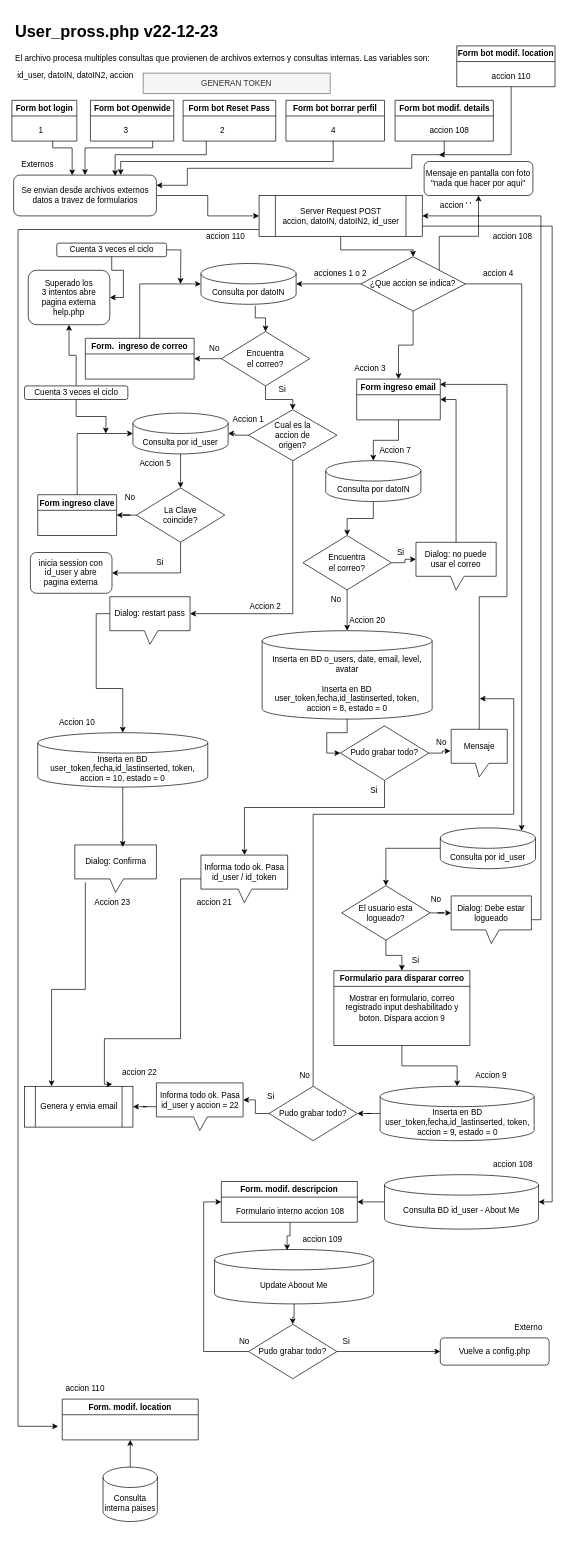
MaxiFranz/TrayectoP keeps this draw.io diagram as user_prossphp.drawio. Above is the earlier version. Source tidied: cells renumbered, new cells numbered last; positions are measured from the earlier drawing's top-left corner, leaving out a move shared by most shapes. Both pictures are drawn from the tidied source at 68%, with x=0, y=0 at pixel (12, 18).
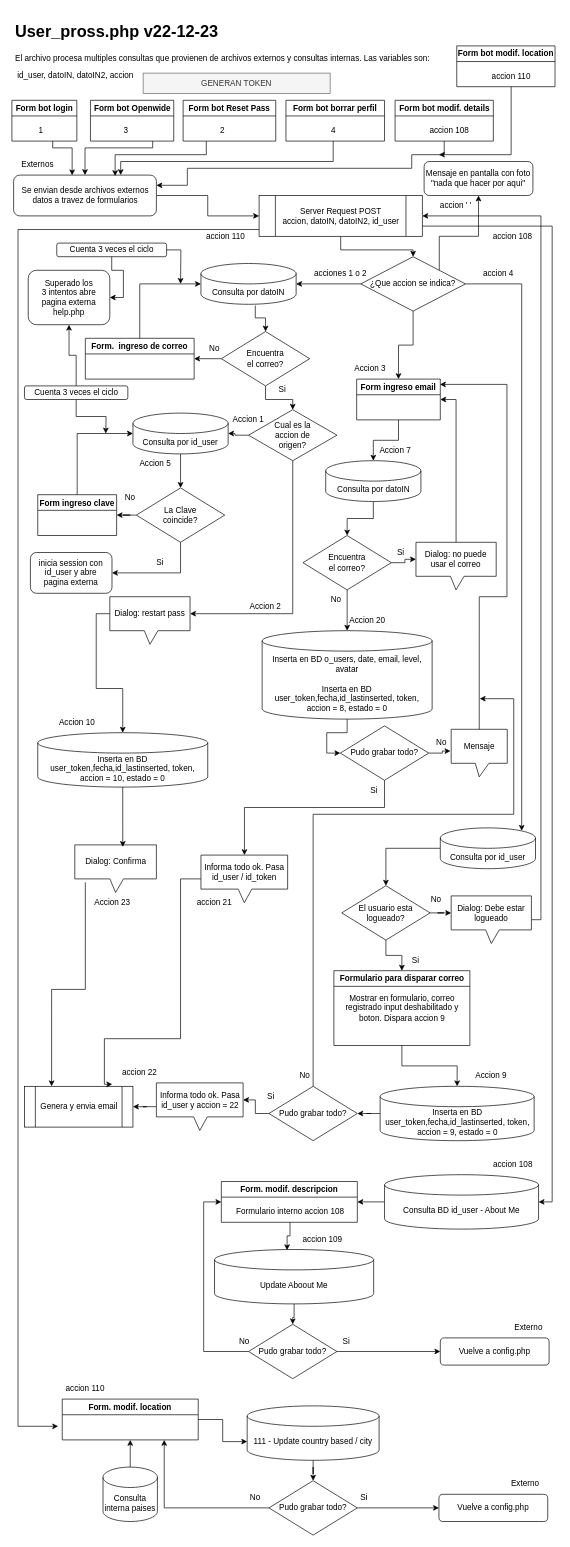
The same page after the edit.

Unchanged cells that the change refers to:
```xml
<mxCell id="146" value="Form. modif. location" style="swimlane;whiteSpace=wrap;html=1;startSize=23;" parent="1" vertex="1">
  <mxGeometry x="74" y="2030" width="200" height="60" as="geometry" />
</mxCell>
```

Diff of the diagram source:
```diff
@@
+    <mxCell id="150" style="edgeStyle=orthogonalEdgeStyle;rounded=0;jettySize=auto;html=1;" parent="1" edge="1" source="151" target="155">
+      <mxGeometry relative="1" as="geometry" />
+    </mxCell>
+    <mxCell id="151" value="111 - Update country based / city" style="shape=cylinder3;whiteSpace=wrap;html=1;boundedLbl=1;backgroundOutline=1;size=15;" parent="1" vertex="1">
+      <mxGeometry x="346" y="2040" width="194" height="80" as="geometry" />
+    </mxCell>
+    <mxCell id="152" style="edgeStyle=orthogonalEdgeStyle;rounded=0;jettySize=auto;html=1;entryX=0;entryY=0;entryDx=0;entryDy=52.5;entryPerimeter=0;" parent="1" edge="1" source="146" target="151">
+      <mxGeometry relative="1" as="geometry" />
+    </mxCell>
+    <mxCell id="153" style="edgeStyle=orthogonalEdgeStyle;rounded=0;jettySize=auto;html=1;" parent="1" edge="1" source="155" target="156">
+      <mxGeometry relative="1" as="geometry" />
+    </mxCell>
+    <mxCell id="154" style="edgeStyle=orthogonalEdgeStyle;rounded=0;jettySize=auto;html=1;exitX=0;exitY=0.5;exitDx=0;exitDy=0;entryX=0.75;entryY=1;entryDx=0;entryDy=0;" parent="1" edge="1" source="155" target="146">
+      <mxGeometry relative="1" as="geometry" />
+    </mxCell>
+    <mxCell id="155" value="Pudo grabar todo?" style="rhombus;whiteSpace=wrap;html=1;" parent="1" vertex="1">
+      <mxGeometry x="378" y="2150" width="130" height="80" as="geometry" />
+    </mxCell>
+    <mxCell id="156" value="Vuelve a config.php" style="rounded=1;whiteSpace=wrap;html=1;" parent="1" vertex="1">
+      <mxGeometry x="628" y="2170" width="160" height="40" as="geometry" />
+    </mxCell>
+    <mxCell id="157" value="Si" style="text;html=1;strokeColor=none;fillColor=none;align=center;verticalAlign=middle;whiteSpace=wrap;rounded=0;" parent="1" vertex="1">
+      <mxGeometry x="488" y="2160" width="60" height="30" as="geometry" />
+    </mxCell>
+    <mxCell id="158" value="Externo" style="text;html=1;strokeColor=none;fillColor=none;align=center;verticalAlign=middle;whiteSpace=wrap;rounded=0;" parent="1" vertex="1">
+      <mxGeometry x="725" y="2140" width="60" height="30" as="geometry" />
+    </mxCell>
+    <mxCell id="159" value="No" style="text;html=1;strokeColor=none;fillColor=none;align=center;verticalAlign=middle;whiteSpace=wrap;rounded=0;" parent="1" vertex="1">
+      <mxGeometry x="328" y="2160" width="60" height="30" as="geometry" />
+    </mxCell>
```
